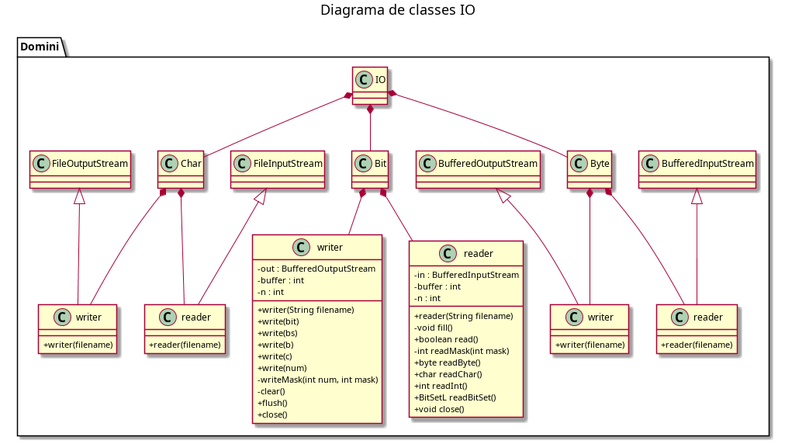
The PlantUML diagram doc/UML/DiagramaClasses_IO.png in Leixb/UPC-PROP_Compressor, before a commit.
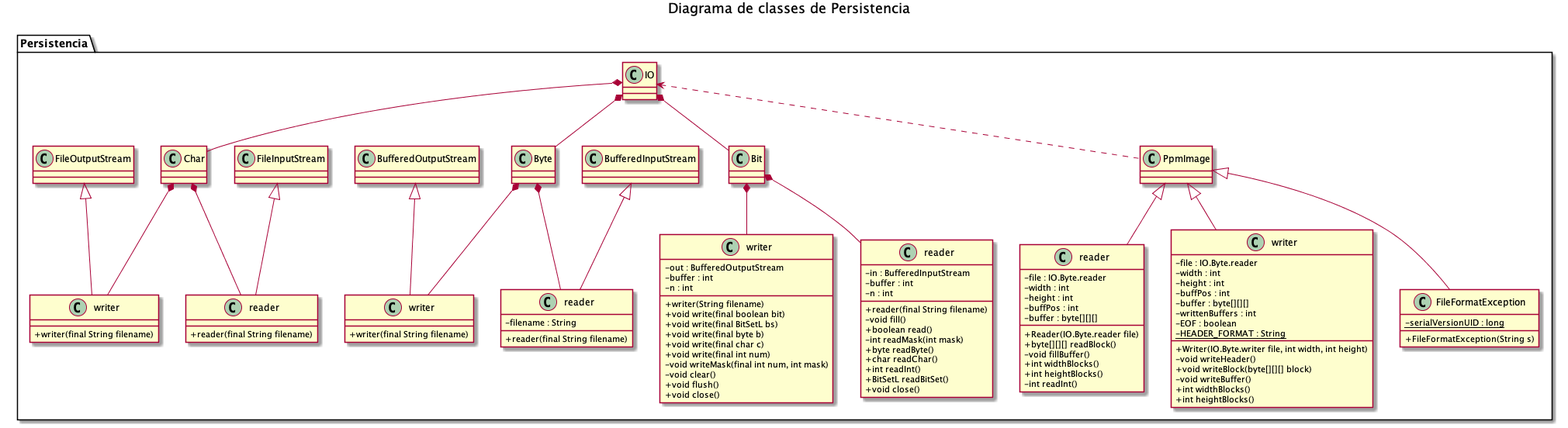
Above is the later version.

Change to the diagram source:
```diff
@@ -2,31 +2,32 @@
 
 skinparam classAttributeIconSize 0
 
-title Diagrama de classes IO
+title Diagrama de classes de Persistencia
 
-package Domini {
+package Persistencia {
     class IO {
     }
     class Char
     class readerChar as "reader" {
-        +reader(filename)
+        +reader(final String filename)
     }
     class writerChar as "writer" {
-        +writer(filename)
+        +writer(final String filename)
     }
     class Byte
     class readerByte as "reader" {
-        +reader(filename)
+        -filename : String
+        +reader(final String filename)
     }
     class writerByte as "writer" {
-        +writer(filename)
+        +writer(final String filename)
     }
     class Bit
     class readerBit as "reader" {
-        - in : BufferedInputStream
-        - buffer : int
-        - n : int
-        +reader(String filename)
+        -in : BufferedInputStream
+        -buffer : int
+        -n : int
+        +reader(final String filename)
         -void fill()
         +boolean read()
         -int readMask(int mask)
@@ -37,31 +38,70 @@
         +void close()
     }
     class writerBit as "writer" {
-        - out : BufferedOutputStream
-        - buffer : int
-        - n : int
+        -out : BufferedOutputStream
+        -buffer : int
+        -n : int
         +writer(String filename)
-        +write(bit)
-        +write(bs)
-        +write(b)
-        +write(c)
-        +write(num)
-        -writeMask(int num, int mask)
-        -clear()
-        +flush()
-        +close()
+        +void write(final boolean bit)
+        +void write(final BitSetL bs)
+        +void write(final byte b)
+        +void write(final char c)
+        +void write(final int num)
+        -void writeMask(final int num, int mask)
+        -void clear()
+        +void flush()
+        +void close()
     }
-
     class BufferedInputStream
     class BufferedOutputStream
     class FileInputStream
     class FileOutputStream
+
+    class PpmImage
+    class readerPpm as "reader" {
+        -file : IO.Byte.reader
+        -width : int
+        -height : int
+        -buffPos : int
+        -buffer : byte[][][]
+        +Reader(IO.Byte.reader file)
+        +byte[][][] readBlock()
+        -void fillBuffer()
+        +int widthBlocks()
+        +int heightBlocks()
+        -int readInt()
+    }
+    class writerPpm as "writer" {
+        -file : IO.Byte.reader
+        -width : int
+        -height : int
+        -buffPos : int
+        -buffer : byte[][][]
+        -writtenBuffers : int
+        -EOF : boolean
+        {static}-HEADER_FORMAT : String
+        +Writer(IO.Byte.writer file, int width, int height)
+        -void writeHeader()
+        +void writeBlock(byte[][][] block)
+        -void writeBuffer()
+        +int widthBlocks()
+        +int heightBlocks()
+    }
+    class FileFormatException {
+        {static}-serialVersionUID : long
+        +FileFormatException(String s)
+    }
 
     FileOutputStream <|-- writerChar
     FileInputStream <|-- readerChar
     BufferedOutputStream <|-- writerByte
     BufferedInputStream <|-- readerByte
 
+    PpmImage <|-- readerPpm
+    PpmImage <|-- writerPpm
+    PpmImage <|-- FileFormatException
+
+    IO <.. PpmImage
 
     IO *-- Char
     IO *-- Byte
```
